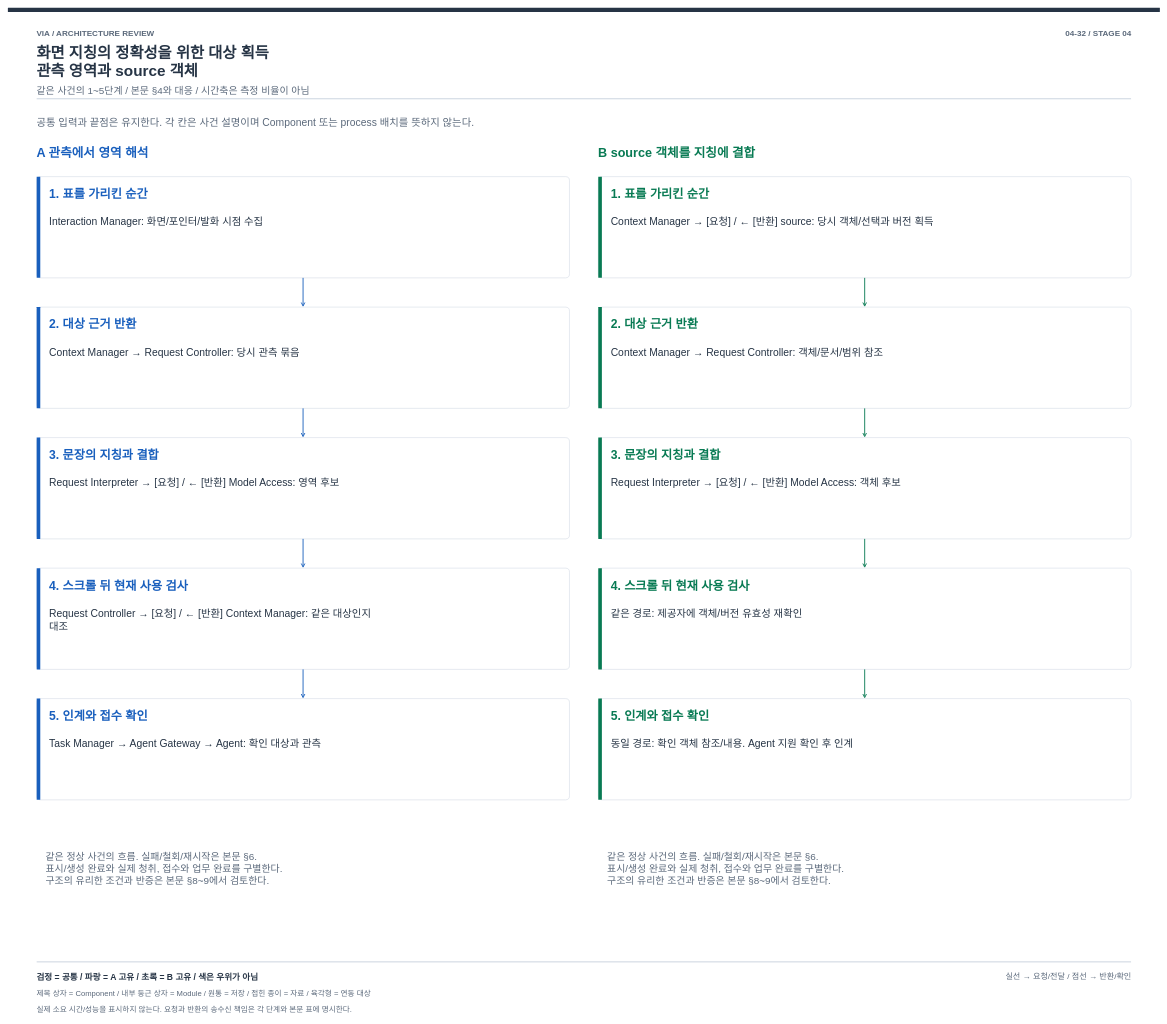
cbyche/via-sw-architecture keeps this draw.io diagram as docs/architecture/12-decisions/decision-packages/diagrams/choice32-event.drawio. Above is the earlier version. Source tidied: cells renumbered, new cells numbered last; positions are measured from the earlier drawing's top-left corner, leaving out a move shared by most shapes. Both pictures are drawn from the tidied source at 45%, with x=0, y=0 at pixel (8, 8).
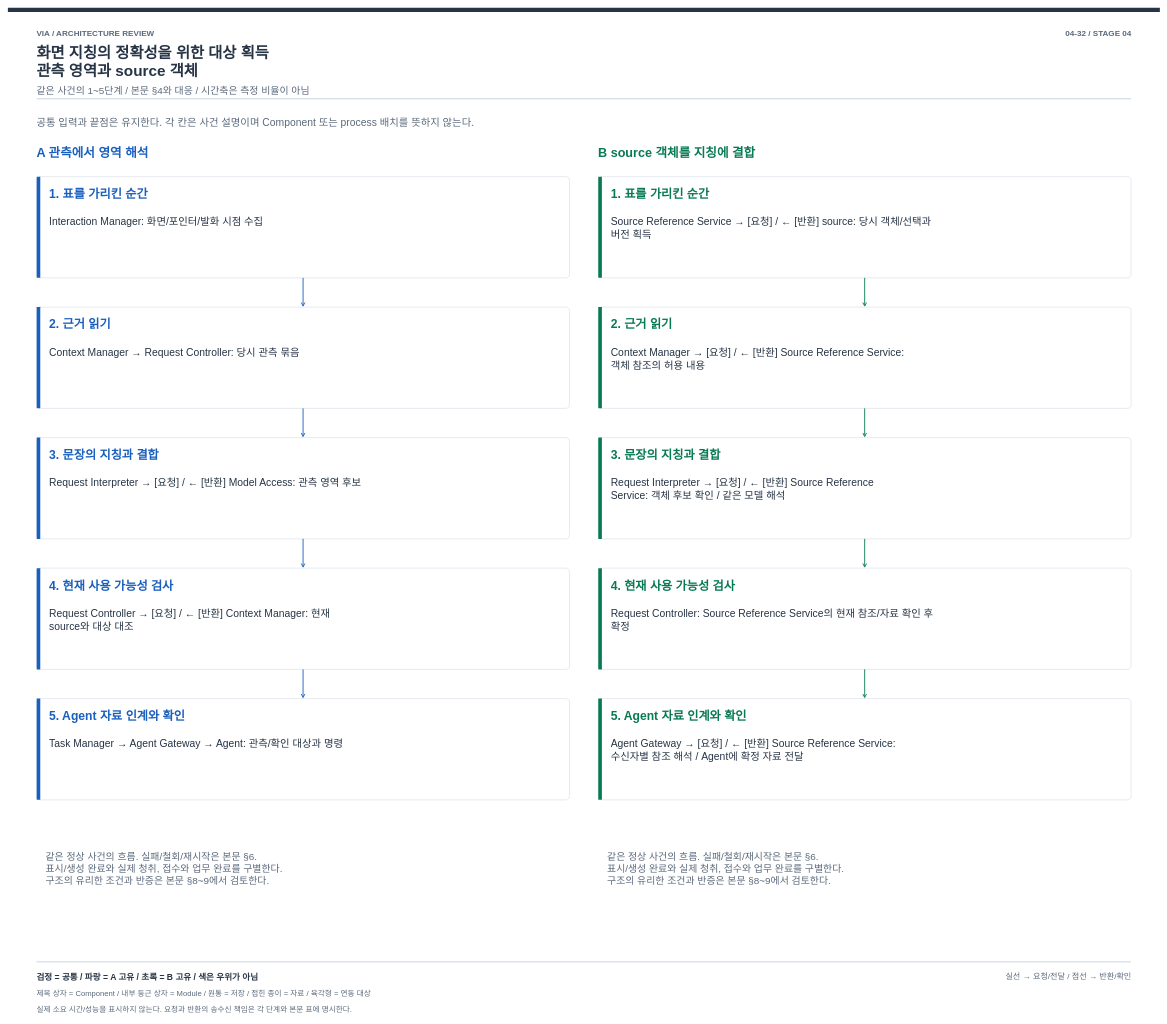
The same page after the edit.

Diff of the diagram source:
```diff
@@
-    <mxCell id="41" value="2. 대상 근거 반환" style="text;html=1;whiteSpace=nowrap;overflow=visible;strokeColor=none;fillColor=none;labelBackgroundColor=none;fontColor=#195FBD;fontSize=27;fontStyle=1;align=left;verticalAlign=top;spacing=0;" parent="1" vertex="1">
-      <mxGeometry x="92" y="683" width="253.7" height="42.5" as="geometry" />
+    <mxCell id="41" value="2. 근거 읽기" style="text;html=1;whiteSpace=nowrap;overflow=visible;strokeColor=none;fillColor=none;labelBackgroundColor=none;fontColor=#195FBD;fontSize=27;fontStyle=1;align=left;verticalAlign=top;spacing=0;" parent="1" vertex="1">
+      <mxGeometry x="92" y="683" width="183" height="42.5" as="geometry" />
     </mxCell>
@@
-    <mxCell id="44" value="Request Interpreter → [요청] / ← [반환] Model Access: 영역 후보" style="text;html=1;whiteSpace=nowrap;overflow=visible;strokeColor=none;fillColor=none;labelBackgroundColor=none;fontColor=#263445;fontSize=23;fontStyle=0;align=left;verticalAlign=top;spacing=0;" parent="1" vertex="1">
-      <mxGeometry x="92" y="1038" width="862.2" height="38" as="geometry" />
+    <mxCell id="44" value="Request Interpreter → [요청] / ← [반환] Model Access: 관측 영역 후보" style="text;html=1;whiteSpace=nowrap;overflow=visible;strokeColor=none;fillColor=none;labelBackgroundColor=none;fontColor=#263445;fontSize=23;fontStyle=0;align=left;verticalAlign=top;spacing=0;" parent="1" vertex="1">
+      <mxGeometry x="92" y="1038" width="922.5" height="38" as="geometry" />
     </mxCell>
-    <mxCell id="45" value="4. 스크롤 뒤 현재 사용 검사" style="text;html=1;whiteSpace=nowrap;overflow=visible;strokeColor=none;fillColor=none;labelBackgroundColor=none;fontColor=#195FBD;fontSize=27;fontStyle=1;align=left;verticalAlign=top;spacing=0;" parent="1" vertex="1">
-      <mxGeometry x="92" y="1263" width="395.2" height="42.5" as="geometry" />
+    <mxCell id="45" value="4. 현재 사용 가능성 검사" style="text;html=1;whiteSpace=nowrap;overflow=visible;strokeColor=none;fillColor=none;labelBackgroundColor=none;fontColor=#195FBD;fontSize=27;fontStyle=1;align=left;verticalAlign=top;spacing=0;" parent="1" vertex="1">
+      <mxGeometry x="92" y="1263" width="351.4" height="42.5" as="geometry" />
     </mxCell>
-    <mxCell id="46" value="Request Controller → [요청] / ← [반환] Context Manager: 같은 대상인지&lt;br&gt;대조" style="text;html=1;whiteSpace=nowrap;overflow=visible;strokeColor=none;fillColor=none;labelBackgroundColor=none;fontColor=#263445;fontSize=23;fontStyle=0;align=left;verticalAlign=top;spacing=0;" parent="1" vertex="1">
-      <mxGeometry x="92" y="1328" width="936.7" height="70" as="geometry" />
+    <mxCell id="46" value="Request Controller → [요청] / ← [반환] Context Manager: 현재&lt;br&gt;source와 대상 대조" style="text;html=1;whiteSpace=nowrap;overflow=visible;strokeColor=none;fillColor=none;labelBackgroundColor=none;fontColor=#263445;fontSize=23;fontStyle=0;align=left;verticalAlign=top;spacing=0;" parent="1" vertex="1">
+      <mxGeometry x="92" y="1328" width="830.5" height="70" as="geometry" />
     </mxCell>
-    <mxCell id="47" value="5. 인계와 접수 확인" style="text;html=1;whiteSpace=nowrap;overflow=visible;strokeColor=none;fillColor=none;labelBackgroundColor=none;fontColor=#195FBD;fontSize=27;fontStyle=1;align=left;verticalAlign=top;spacing=0;" parent="1" vertex="1">
-      <mxGeometry x="92" y="1553" width="280.7" height="42.5" as="geometry" />
+    <mxCell id="47" value="5. Agent 자료 인계와 확인" style="text;html=1;whiteSpace=nowrap;overflow=visible;strokeColor=none;fillColor=none;labelBackgroundColor=none;fontColor=#195FBD;fontSize=27;fontStyle=1;align=left;verticalAlign=top;spacing=0;" parent="1" vertex="1">
+      <mxGeometry x="92" y="1553" width="381.1" height="42.5" as="geometry" />
     </mxCell>
-    <mxCell id="48" value="Task Manager → Agent Gateway → Agent: 확인 대상과 관측" style="text;html=1;whiteSpace=nowrap;overflow=visible;strokeColor=none;fillColor=none;labelBackgroundColor=none;fontColor=#263445;fontSize=23;fontStyle=0;align=left;verticalAlign=top;spacing=0;" parent="1" vertex="1">
-      <mxGeometry x="92" y="1618" width="739.4" height="38" as="geometry" />
+    <mxCell id="48" value="Task Manager → Agent Gateway → Agent: 관측/확인 대상과 명령" style="text;html=1;whiteSpace=nowrap;overflow=visible;strokeColor=none;fillColor=none;labelBackgroundColor=none;fontColor=#263445;fontSize=23;fontStyle=0;align=left;verticalAlign=top;spacing=0;" parent="1" vertex="1">
+      <mxGeometry x="92" y="1618" width="799.7" height="38" as="geometry" />
     </mxCell>
@@
-    <mxCell id="52" value="Context Manager → [요청] / ← [반환] source: 당시 객체/선택과 버전 획득" style="text;html=1;whiteSpace=nowrap;overflow=visible;strokeColor=none;fillColor=none;labelBackgroundColor=none;fontColor=#263445;fontSize=23;fontStyle=0;align=left;verticalAlign=top;spacing=0;" parent="1" vertex="1">
-      <mxGeometry x="1340" y="458" width="923.4" height="38" as="geometry" />
+    <mxCell id="52" value="Source Reference Service → [요청] / ← [반환] source: 당시 객체/선택과&lt;br&gt;버전 획득" style="text;html=1;whiteSpace=nowrap;overflow=visible;strokeColor=none;fillColor=none;labelBackgroundColor=none;fontColor=#263445;fontSize=23;fontStyle=0;align=left;verticalAlign=top;spacing=0;" parent="1" vertex="1">
+      <mxGeometry x="1340" y="458" width="931.2" height="70" as="geometry" />
     </mxCell>
-    <mxCell id="53" value="2. 대상 근거 반환" style="text;html=1;whiteSpace=nowrap;overflow=visible;strokeColor=none;fillColor=none;labelBackgroundColor=none;fontColor=#087A53;fontSize=27;fontStyle=1;align=left;verticalAlign=top;spacing=0;" parent="1" vertex="1">
-      <mxGeometry x="1340" y="683" width="253.7" height="42.5" as="geometry" />
+    <mxCell id="53" value="2. 근거 읽기" style="text;html=1;whiteSpace=nowrap;overflow=visible;strokeColor=none;fillColor=none;labelBackgroundColor=none;fontColor=#087A53;fontSize=27;fontStyle=1;align=left;verticalAlign=top;spacing=0;" parent="1" vertex="1">
+      <mxGeometry x="1340" y="683" width="183" height="42.5" as="geometry" />
     </mxCell>
-    <mxCell id="54" value="Context Manager → Request Controller: 객체/문서/범위 참조" style="text;html=1;whiteSpace=nowrap;overflow=visible;strokeColor=none;fillColor=none;labelBackgroundColor=none;fontColor=#263445;fontSize=23;fontStyle=0;align=left;verticalAlign=top;spacing=0;" parent="1" vertex="1">
-      <mxGeometry x="1340" y="748" width="776.7" height="38" as="geometry" />
+    <mxCell id="54" value="Context Manager → [요청] / ← [반환] Source Reference Service:&lt;br&gt;객체 참조의 허용 내용" style="text;html=1;whiteSpace=nowrap;overflow=visible;strokeColor=none;fillColor=none;labelBackgroundColor=none;fontColor=#263445;fontSize=23;fontStyle=0;align=left;verticalAlign=top;spacing=0;" parent="1" vertex="1">
+      <mxGeometry x="1340" y="748" width="855.8" height="70" as="geometry" />
     </mxCell>
@@
-    <mxCell id="56" value="Request Interpreter → [요청] / ← [반환] Model Access: 객체 후보" style="text;html=1;whiteSpace=nowrap;overflow=visible;strokeColor=none;fillColor=none;labelBackgroundColor=none;fontColor=#263445;fontSize=23;fontStyle=0;align=left;verticalAlign=top;spacing=0;" parent="1" vertex="1">
-      <mxGeometry x="1340" y="1038" width="862.2" height="38" as="geometry" />
+    <mxCell id="56" value="Request Interpreter → [요청] / ← [반환] Source Reference&lt;br&gt;Service: 객체 후보 확인 / 같은 모델 해석" style="text;html=1;whiteSpace=nowrap;overflow=visible;strokeColor=none;fillColor=none;labelBackgroundColor=none;fontColor=#263445;fontSize=23;fontStyle=0;align=left;verticalAlign=top;spacing=0;" parent="1" vertex="1">
+      <mxGeometry x="1340" y="1038" width="784.5" height="70" as="geometry" />
     </mxCell>
-    <mxCell id="57" value="4. 스크롤 뒤 현재 사용 검사" style="text;html=1;whiteSpace=nowrap;overflow=visible;strokeColor=none;fillColor=none;labelBackgroundColor=none;fontColor=#087A53;fontSize=27;fontStyle=1;align=left;verticalAlign=top;spacing=0;" parent="1" vertex="1">
-      <mxGeometry x="1340" y="1263" width="395.2" height="42.5" as="geometry" />
+    <mxCell id="57" value="4. 현재 사용 가능성 검사" style="text;html=1;whiteSpace=nowrap;overflow=visible;strokeColor=none;fillColor=none;labelBackgroundColor=none;fontColor=#087A53;fontSize=27;fontStyle=1;align=left;verticalAlign=top;spacing=0;" parent="1" vertex="1">
+      <mxGeometry x="1340" y="1263" width="351.4" height="42.5" as="geometry" />
     </mxCell>
-    <mxCell id="58" value="같은 경로: 제공자에 객체/버전 유효성 재확인" style="text;html=1;whiteSpace=nowrap;overflow=visible;strokeColor=none;fillColor=none;labelBackgroundColor=none;fontColor=#263445;fontSize=23;fontStyle=0;align=left;verticalAlign=top;spacing=0;" parent="1" vertex="1">
-      <mxGeometry x="1340" y="1328" width="521.8" height="38" as="geometry" />
+    <mxCell id="58" value="Request Controller: Source Reference Service의 현재 참조/자료 확인 후&lt;br&gt;확정" style="text;html=1;whiteSpace=nowrap;overflow=visible;strokeColor=none;fillColor=none;labelBackgroundColor=none;fontColor=#263445;fontSize=23;fontStyle=0;align=left;verticalAlign=top;spacing=0;" parent="1" vertex="1">
+      <mxGeometry x="1340" y="1328" width="936.7" height="70" as="geometry" />
     </mxCell>
-    <mxCell id="59" value="5. 인계와 접수 확인" style="text;html=1;whiteSpace=nowrap;overflow=visible;strokeColor=none;fillColor=none;labelBackgroundColor=none;fontColor=#087A53;fontSize=27;fontStyle=1;align=left;verticalAlign=top;spacing=0;" parent="1" vertex="1">
-      <mxGeometry x="1340" y="1553" width="280.7" height="42.5" as="geometry" />
+    <mxCell id="59" value="5. Agent 자료 인계와 확인" style="text;html=1;whiteSpace=nowrap;overflow=visible;strokeColor=none;fillColor=none;labelBackgroundColor=none;fontColor=#087A53;fontSize=27;fontStyle=1;align=left;verticalAlign=top;spacing=0;" parent="1" vertex="1">
+      <mxGeometry x="1340" y="1553" width="381.1" height="42.5" as="geometry" />
     </mxCell>
-    <mxCell id="60" value="동일 경로: 확인 객체 참조/내용. Agent 지원 확인 후 인계" style="text;html=1;whiteSpace=nowrap;overflow=visible;strokeColor=none;fillColor=none;labelBackgroundColor=none;fontColor=#263445;fontSize=23;fontStyle=0;align=left;verticalAlign=top;spacing=0;" parent="1" vertex="1">
-      <mxGeometry x="1340" y="1618" width="687.4" height="38" as="geometry" />
+    <mxCell id="60" value="Agent Gateway → [요청] / ← [반환] Source Reference Service:&lt;br&gt;수신자별 참조 해석 / Agent에 확정 자료 전달" style="text;html=1;whiteSpace=nowrap;overflow=visible;strokeColor=none;fillColor=none;labelBackgroundColor=none;fontColor=#263445;fontSize=23;fontStyle=0;align=left;verticalAlign=top;spacing=0;" parent="1" vertex="1">
+      <mxGeometry x="1340" y="1618" width="827.3" height="70" as="geometry" />
     </mxCell>
```
